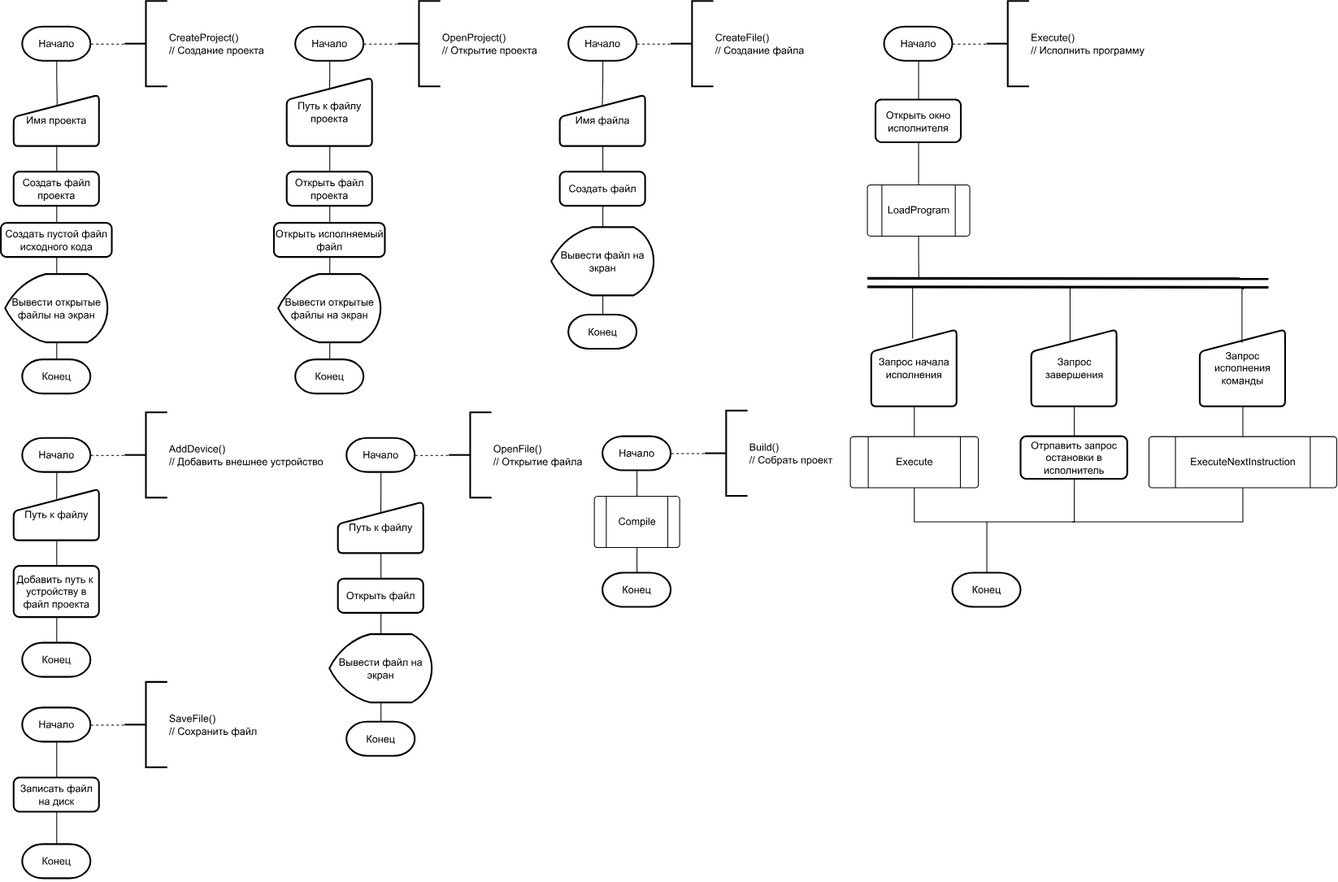
The draw.io diagram docs/Схемы/algorithms-Графический интерфейс.svg in mrypdm/asvt_sem7_kursach, before a commit. Source tidied: cells renumbered, new cells last; positions are measured from the earlier drawing's top-left corner, leaving out a move shared by most shapes.
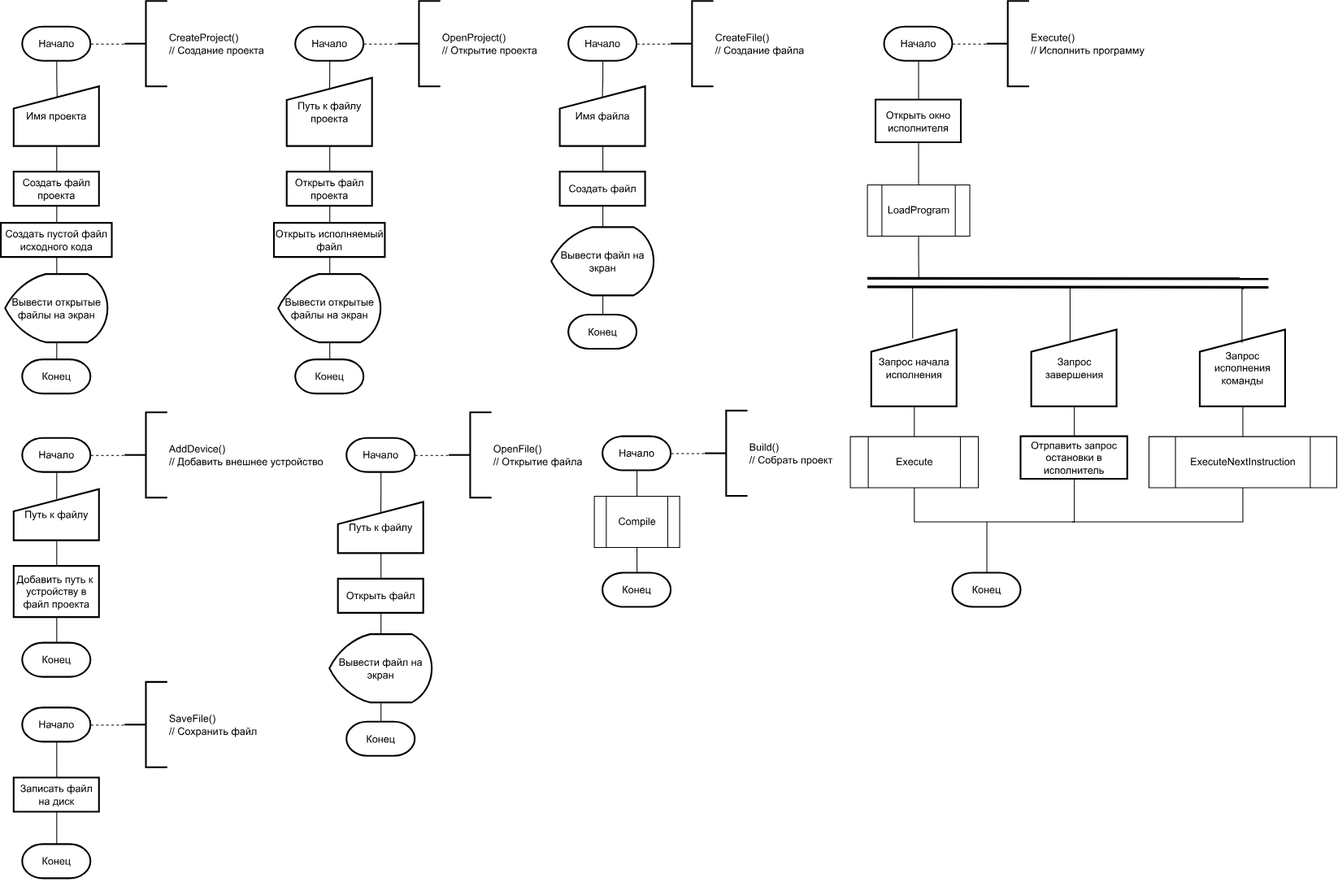
The same file after the commit.

What changed in the source:
```diff
@@ -53,19 +53,19 @@
     <mxCell id="18" style="edgeStyle=orthogonalEdgeStyle;rounded=0;jettySize=auto;html=1;entryX=0.5;entryY=0;entryDx=0;entryDy=0;endArrow=none;endFill=0;" parent="1" edge="1" source="19" target="21">
       <mxGeometry relative="1" as="geometry" />
     </mxCell>
-    <mxCell id="19" value="Имя проекта" style="html=1;strokeWidth=2;shape=manualInput;whiteSpace=wrap;rounded=1;size=26;arcSize=11;" parent="1" vertex="1">
-      <mxGeometry x="15" y="110" width="100" height="60" as="geometry" />
+    <mxCell id="19" value="Имя проекта" style="html=1;strokeWidth=2;shape=manualInput;whiteSpace=wrap;rounded=0;size=26;arcSize=11;" parent="1" vertex="1">
+      <mxGeometry x="15" y="100" width="100" height="70" as="geometry" />
     </mxCell>
     <mxCell id="20" style="edgeStyle=orthogonalEdgeStyle;rounded=0;jettySize=auto;html=1;endArrow=none;endFill=0;" parent="1" edge="1" source="21" target="23">
       <mxGeometry relative="1" as="geometry" />
     </mxCell>
-    <mxCell id="21" value="Создать файл проекта" style="rounded=1;whiteSpace=wrap;html=1;absoluteArcSize=1;arcSize=14;strokeWidth=2;" parent="1" vertex="1">
+    <mxCell id="21" value="Создать файл проекта" style="rounded=0;whiteSpace=wrap;html=1;absoluteArcSize=1;arcSize=14;strokeWidth=2;" parent="1" vertex="1">
       <mxGeometry x="15" y="200" width="100" height="40" as="geometry" />
     </mxCell>
     <mxCell id="22" style="edgeStyle=orthogonalEdgeStyle;rounded=0;jettySize=auto;html=1;endArrow=none;endFill=0;" parent="1" edge="1" source="23" target="25">
       <mxGeometry relative="1" as="geometry" />
     </mxCell>
-    <mxCell id="23" value="Создать пустой файл исходного кода" style="rounded=1;whiteSpace=wrap;html=1;absoluteArcSize=1;arcSize=14;strokeWidth=2;" parent="1" vertex="1">
+    <mxCell id="23" value="Создать пустой файл исходного кода" style="rounded=0;whiteSpace=wrap;html=1;absoluteArcSize=1;arcSize=14;strokeWidth=2;" parent="1" vertex="1">
       <mxGeometry y="260" width="130" height="40" as="geometry" />
     </mxCell>
     <mxCell id="24" style="edgeStyle=orthogonalEdgeStyle;rounded=0;jettySize=auto;html=1;endArrow=none;endFill=0;" parent="1" edge="1" source="25" target="26">
@@ -80,19 +80,19 @@
     <mxCell id="27" style="edgeStyle=orthogonalEdgeStyle;rounded=0;jettySize=auto;html=1;entryX=0.5;entryY=0;entryDx=0;entryDy=0;endArrow=none;endFill=0;" parent="1" edge="1" source="28" target="30">
       <mxGeometry relative="1" as="geometry" />
     </mxCell>
-    <mxCell id="28" value="Путь к файлу проекта" style="html=1;strokeWidth=2;shape=manualInput;whiteSpace=wrap;rounded=1;size=26;arcSize=11;" parent="1" vertex="1">
+    <mxCell id="28" value="Путь к файлу проекта" style="html=1;strokeWidth=2;shape=manualInput;whiteSpace=wrap;rounded=0;size=26;arcSize=11;" parent="1" vertex="1">
       <mxGeometry x="335" y="90" width="100" height="80" as="geometry" />
     </mxCell>
     <mxCell id="29" style="edgeStyle=orthogonalEdgeStyle;rounded=0;jettySize=auto;html=1;endArrow=none;endFill=0;" parent="1" edge="1" source="30" target="32">
       <mxGeometry relative="1" as="geometry" />
     </mxCell>
-    <mxCell id="30" value="Открыть файл проекта" style="rounded=1;whiteSpace=wrap;html=1;absoluteArcSize=1;arcSize=14;strokeWidth=2;" parent="1" vertex="1">
+    <mxCell id="30" value="Открыть файл проекта" style="rounded=0;whiteSpace=wrap;html=1;absoluteArcSize=1;arcSize=14;strokeWidth=2;" parent="1" vertex="1">
       <mxGeometry x="335" y="200" width="100" height="40" as="geometry" />
     </mxCell>
     <mxCell id="31" style="edgeStyle=orthogonalEdgeStyle;rounded=0;jettySize=auto;html=1;endArrow=none;endFill=0;" parent="1" edge="1" source="32" target="34">
       <mxGeometry relative="1" as="geometry" />
     </mxCell>
-    <mxCell id="32" value="Открыть исполняемый файл" style="rounded=1;whiteSpace=wrap;html=1;absoluteArcSize=1;arcSize=14;strokeWidth=2;" parent="1" vertex="1">
+    <mxCell id="32" value="Открыть исполняемый файл" style="rounded=0;whiteSpace=wrap;html=1;absoluteArcSize=1;arcSize=14;strokeWidth=2;" parent="1" vertex="1">
       <mxGeometry x="320" y="260" width="130" height="40" as="geometry" />
     </mxCell>
     <mxCell id="33" style="edgeStyle=orthogonalEdgeStyle;rounded=0;jettySize=auto;html=1;endArrow=none;endFill=0;" parent="1" edge="1" source="34" target="35">
@@ -107,13 +107,13 @@
     <mxCell id="36" style="edgeStyle=orthogonalEdgeStyle;rounded=0;jettySize=auto;html=1;entryX=0.5;entryY=0;entryDx=0;entryDy=0;endArrow=none;endFill=0;" parent="1" edge="1" source="37" target="39">
       <mxGeometry relative="1" as="geometry" />
     </mxCell>
-    <mxCell id="37" value="Имя файла" style="html=1;strokeWidth=2;shape=manualInput;whiteSpace=wrap;rounded=1;size=26;arcSize=11;" parent="1" vertex="1">
-      <mxGeometry x="655" y="110" width="100" height="60" as="geometry" />
+    <mxCell id="37" value="Имя файла" style="html=1;strokeWidth=2;shape=manualInput;whiteSpace=wrap;rounded=0;size=26;arcSize=11;" parent="1" vertex="1">
+      <mxGeometry x="655" y="100" width="100" height="70" as="geometry" />
     </mxCell>
     <mxCell id="38" style="edgeStyle=orthogonalEdgeStyle;rounded=0;jettySize=auto;html=1;endArrow=none;endFill=0;" parent="1" edge="1" source="39" target="41">
       <mxGeometry relative="1" as="geometry" />
     </mxCell>
-    <mxCell id="39" value="Создать файл" style="rounded=1;whiteSpace=wrap;html=1;absoluteArcSize=1;arcSize=14;strokeWidth=2;" parent="1" vertex="1">
+    <mxCell id="39" value="Создать файл" style="rounded=0;whiteSpace=wrap;html=1;absoluteArcSize=1;arcSize=14;strokeWidth=2;" parent="1" vertex="1">
       <mxGeometry x="655" y="200" width="100" height="40" as="geometry" />
     </mxCell>
     <mxCell id="40" style="edgeStyle=orthogonalEdgeStyle;rounded=0;jettySize=auto;html=1;endArrow=none;endFill=0;" parent="1" edge="1" source="41" target="42">
@@ -128,13 +128,13 @@
     <mxCell id="43" style="edgeStyle=orthogonalEdgeStyle;rounded=0;jettySize=auto;html=1;entryX=0.5;entryY=0;entryDx=0;entryDy=0;endArrow=none;endFill=0;" parent="1" edge="1" source="44" target="46">
       <mxGeometry relative="1" as="geometry" />
     </mxCell>
-    <mxCell id="44" value="Путь к файлу" style="html=1;strokeWidth=2;shape=manualInput;whiteSpace=wrap;rounded=1;size=26;arcSize=11;" parent="1" vertex="1">
+    <mxCell id="44" value="Путь к файлу" style="html=1;strokeWidth=2;shape=manualInput;whiteSpace=wrap;rounded=0;size=26;arcSize=11;" parent="1" vertex="1">
       <mxGeometry x="395" y="587" width="100" height="60" as="geometry" />
     </mxCell>
     <mxCell id="45" style="edgeStyle=orthogonalEdgeStyle;rounded=0;jettySize=auto;html=1;endArrow=none;endFill=0;" parent="1" edge="1" source="46" target="48">
       <mxGeometry relative="1" as="geometry" />
     </mxCell>
-    <mxCell id="46" value="Открыть файл" style="rounded=1;whiteSpace=wrap;html=1;absoluteArcSize=1;arcSize=14;strokeWidth=2;" parent="1" vertex="1">
+    <mxCell id="46" value="Открыть файл" style="rounded=0;whiteSpace=wrap;html=1;absoluteArcSize=1;arcSize=14;strokeWidth=2;" parent="1" vertex="1">
       <mxGeometry x="395" y="677" width="100" height="40" as="geometry" />
     </mxCell>
     <mxCell id="47" style="edgeStyle=orthogonalEdgeStyle;rounded=0;jettySize=auto;html=1;endArrow=none;endFill=0;" parent="1" edge="1" source="48" target="49">
@@ -160,7 +160,7 @@
         <mxPoint x="65" y="672" as="targetPoint" />
       </mxGeometry>
     </mxCell>
-    <mxCell id="54" value="Путь к файлу" style="html=1;strokeWidth=2;shape=manualInput;whiteSpace=wrap;rounded=1;size=26;arcSize=11;" parent="1" vertex="1">
+    <mxCell id="54" value="Путь к файлу" style="html=1;strokeWidth=2;shape=manualInput;whiteSpace=wrap;rounded=0;size=26;arcSize=11;" parent="1" vertex="1">
       <mxGeometry x="15" y="572" width="100" height="60" as="geometry" />
     </mxCell>
     <mxCell id="55" style="edgeStyle=orthogonalEdgeStyle;rounded=0;jettySize=auto;html=1;entryX=0.499;entryY=0.184;entryDx=0;entryDy=0;entryPerimeter=0;endArrow=none;endFill=0;" parent="1" edge="1" source="51" target="54">
@@ -169,7 +169,7 @@
     <mxCell id="56" style="edgeStyle=orthogonalEdgeStyle;rounded=0;jettySize=auto;html=1;endArrow=none;endFill=0;" parent="1" edge="1" source="57" target="58">
       <mxGeometry relative="1" as="geometry" />
     </mxCell>
-    <mxCell id="57" value="Добавить путь к&amp;nbsp; устройству в файл проекта" style="rounded=1;whiteSpace=wrap;html=1;absoluteArcSize=1;arcSize=14;strokeWidth=2;" parent="1" vertex="1">
+    <mxCell id="57" value="Добавить путь к&amp;nbsp; устройству в файл проекта" style="rounded=0;whiteSpace=wrap;html=1;absoluteArcSize=1;arcSize=14;strokeWidth=2;" parent="1" vertex="1">
       <mxGeometry x="15" y="662" width="100" height="60" as="geometry" />
     </mxCell>
     <mxCell id="58" value="Конец" style="strokeWidth=2;html=1;shape=mxgraph.flowchart.terminator;whiteSpace=wrap;" parent="1" vertex="1">
@@ -187,7 +187,7 @@
     <mxCell id="62" value="Build()&lt;br&gt;// Собрать проект" style="strokeWidth=2;html=1;shape=mxgraph.flowchart.annotation_2;align=left;labelPosition=right;" parent="1" vertex="1">
       <mxGeometry x="825" y="480" width="50" height="100" as="geometry" />
     </mxCell>
-    <mxCell id="63" style="verticalLabelPosition=bottom;verticalAlign=top;html=1;shape=process;whiteSpace=wrap;rounded=1;size=0.14;arcSize=6;" parent="1" vertex="1">
+    <mxCell id="63" style="verticalLabelPosition=bottom;verticalAlign=top;html=1;shape=process;whiteSpace=wrap;rounded=0;size=0.14;arcSize=6;" parent="1" vertex="1">
       <mxGeometry x="695" y="580" width="100" height="60" as="geometry" />
     </mxCell>
     <mxCell id="64" value="Compile" style="text;html=1;align=center;verticalAlign=middle;strokeColor=none;fillColor=none;" parent="1" vertex="1">
@@ -214,7 +214,7 @@
     <mxCell id="71" style="edgeStyle=orthogonalEdgeStyle;rounded=0;jettySize=auto;html=1;endArrow=none;endFill=0;entryX=0.5;entryY=0;entryDx=0;entryDy=0;" parent="1" edge="1" source="72" target="77">
       <mxGeometry relative="1" as="geometry" />
     </mxCell>
-    <mxCell id="72" value="Запрос начала исполнения" style="html=1;strokeWidth=2;shape=manualInput;whiteSpace=wrap;rounded=1;size=26;arcSize=11;" parent="1" vertex="1">
+    <mxCell id="72" value="Запрос начала исполнения" style="html=1;strokeWidth=2;shape=manualInput;whiteSpace=wrap;rounded=0;size=26;arcSize=11;" parent="1" vertex="1">
       <mxGeometry x="1020" y="385" width="100" height="90" as="geometry" />
     </mxCell>
     <mxCell id="73" style="edgeStyle=orthogonalEdgeStyle;rounded=0;jettySize=auto;html=1;exitX=0.5;exitY=1;exitDx=0;exitDy=0;endArrow=none;endFill=0;" parent="1" edge="1" source="74">
@@ -222,7 +222,7 @@
         <mxPoint x="1075.3" y="325" as="targetPoint" />
       </mxGeometry>
     </mxCell>
-    <mxCell id="74" style="verticalLabelPosition=bottom;verticalAlign=top;html=1;shape=process;whiteSpace=wrap;rounded=1;size=0.14;arcSize=6;" parent="1" vertex="1">
+    <mxCell id="74" style="verticalLabelPosition=bottom;verticalAlign=top;html=1;shape=process;whiteSpace=wrap;rounded=0;size=0.14;arcSize=6;" parent="1" vertex="1">
       <mxGeometry x="1015" y="215" width="120" height="60" as="geometry" />
     </mxCell>
     <mxCell id="75" value="LoadProgram" style="text;html=1;align=center;verticalAlign=middle;strokeColor=none;fillColor=none;" parent="1" vertex="1">
@@ -237,7 +237,7 @@
         </Array>
       </mxGeometry>
     </mxCell>
-    <mxCell id="77" style="verticalLabelPosition=bottom;verticalAlign=top;html=1;shape=process;whiteSpace=wrap;rounded=1;size=0.14;arcSize=6;" parent="1" vertex="1">
+    <mxCell id="77" style="verticalLabelPosition=bottom;verticalAlign=top;html=1;shape=process;whiteSpace=wrap;rounded=0;size=0.14;arcSize=6;" parent="1" vertex="1">
       <mxGeometry x="995" y="510" width="150" height="60" as="geometry" />
     </mxCell>
     <mxCell id="78" value="Execute" style="text;html=1;align=center;verticalAlign=middle;strokeColor=none;fillColor=none;" parent="1" vertex="1">
@@ -246,7 +246,7 @@
     <mxCell id="79" style="edgeStyle=orthogonalEdgeStyle;rounded=0;jettySize=auto;html=1;endArrow=none;endFill=0;" parent="1" edge="1" source="80" target="84">
       <mxGeometry relative="1" as="geometry" />
     </mxCell>
-    <mxCell id="80" value="Запрос завершения" style="html=1;strokeWidth=2;shape=manualInput;whiteSpace=wrap;rounded=1;size=26;arcSize=11;" parent="1" vertex="1">
+    <mxCell id="80" value="Запрос завершения" style="html=1;strokeWidth=2;shape=manualInput;whiteSpace=wrap;rounded=0;size=26;arcSize=11;" parent="1" vertex="1">
       <mxGeometry x="1207.5" y="385" width="100" height="90" as="geometry" />
     </mxCell>
     <mxCell id="81" value="Конец" style="strokeWidth=2;html=1;shape=mxgraph.flowchart.terminator;whiteSpace=wrap;" parent="1" vertex="1">
@@ -255,10 +255,10 @@
     <mxCell id="82" style="edgeStyle=orthogonalEdgeStyle;rounded=0;jettySize=auto;html=1;entryX=0.5;entryY=0;entryDx=0;entryDy=0;endArrow=none;endFill=0;" parent="1" edge="1" source="83" target="74">
       <mxGeometry relative="1" as="geometry" />
     </mxCell>
-    <mxCell id="83" value="Открыть окно исполнителя" style="rounded=1;whiteSpace=wrap;html=1;absoluteArcSize=1;arcSize=14;strokeWidth=2;" parent="1" vertex="1">
+    <mxCell id="83" value="Открыть окно исполнителя" style="rounded=0;whiteSpace=wrap;html=1;absoluteArcSize=1;arcSize=14;strokeWidth=2;" parent="1" vertex="1">
       <mxGeometry x="1025" y="115.5" width="100" height="50" as="geometry" />
     </mxCell>
-    <mxCell id="84" value="Отрпавить запрос остановки в исполнитель" style="rounded=1;whiteSpace=wrap;html=1;absoluteArcSize=1;arcSize=14;strokeWidth=2;" parent="1" vertex="1">
+    <mxCell id="84" value="Отрпавить запрос остановки в исполнитель" style="rounded=0;whiteSpace=wrap;html=1;absoluteArcSize=1;arcSize=14;strokeWidth=2;" parent="1" vertex="1">
       <mxGeometry x="1195" y="510" width="125" height="50" as="geometry" />
     </mxCell>
     <mxCell id="85" style="endArrow=none;html=1;rounded=0;strokeWidth=3;" parent="1" edge="1">
@@ -302,7 +302,7 @@
     <mxCell id="93" value="Конец" style="strokeWidth=2;html=1;shape=mxgraph.flowchart.terminator;whiteSpace=wrap;" parent="1" vertex="1">
       <mxGeometry x="25" y="988" width="80" height="40" as="geometry" />
     </mxCell>
-    <mxCell id="94" value="Записать файл на диск" style="rounded=1;whiteSpace=wrap;html=1;absoluteArcSize=1;arcSize=14;strokeWidth=2;" parent="1" vertex="1">
+    <mxCell id="94" value="Записать файл на диск" style="rounded=0;whiteSpace=wrap;html=1;absoluteArcSize=1;arcSize=14;strokeWidth=2;" parent="1" vertex="1">
       <mxGeometry x="15" y="910" width="100" height="40" as="geometry" />
     </mxCell>
     <mxCell id="95" style="edgeStyle=orthogonalEdgeStyle;rounded=0;jettySize=auto;html=1;exitX=0.5;exitY=1;exitDx=0;exitDy=0;entryX=0.5;entryY=0;entryDx=0;entryDy=0;entryPerimeter=0;endArrow=none;endFill=0;" parent="1" edge="1" source="94" target="93">
@@ -311,7 +311,7 @@
     <mxCell id="96" style="edgeStyle=orthogonalEdgeStyle;rounded=0;jettySize=auto;html=1;exitX=0.5;exitY=1;exitDx=0;exitDy=0;entryX=0.5;entryY=0;entryDx=0;entryDy=0;endArrow=none;endFill=0;" parent="1" edge="1" source="97" target="99">
       <mxGeometry relative="1" as="geometry" />
     </mxCell>
-    <mxCell id="97" value="Запрос исполнения команды" style="html=1;strokeWidth=2;shape=manualInput;whiteSpace=wrap;rounded=1;size=26;arcSize=11;" parent="1" vertex="1">
+    <mxCell id="97" value="Запрос исполнения команды" style="html=1;strokeWidth=2;shape=manualInput;whiteSpace=wrap;rounded=0;size=26;arcSize=11;" parent="1" vertex="1">
       <mxGeometry x="1405" y="385" width="100" height="90" as="geometry" />
     </mxCell>
     <mxCell id="98" style="edgeStyle=orthogonalEdgeStyle;rounded=0;jettySize=auto;html=1;exitX=0.5;exitY=1;exitDx=0;exitDy=0;endArrow=none;endFill=0;" parent="1" edge="1" source="99">
@@ -322,7 +322,7 @@
         </Array>
       </mxGeometry>
     </mxCell>
-    <mxCell id="99" style="verticalLabelPosition=bottom;verticalAlign=top;html=1;shape=process;whiteSpace=wrap;rounded=1;size=0.14;arcSize=6;" parent="1" vertex="1">
+    <mxCell id="99" style="verticalLabelPosition=bottom;verticalAlign=top;html=1;shape=process;whiteSpace=wrap;rounded=0;size=0.14;arcSize=6;" parent="1" vertex="1">
       <mxGeometry x="1345" y="510" width="220" height="60" as="geometry" />
     </mxCell>
     <mxCell id="100" value="ExecuteNextInstruction" style="text;html=1;align=center;verticalAlign=middle;strokeColor=none;fillColor=none;" parent="1" vertex="1">
```
